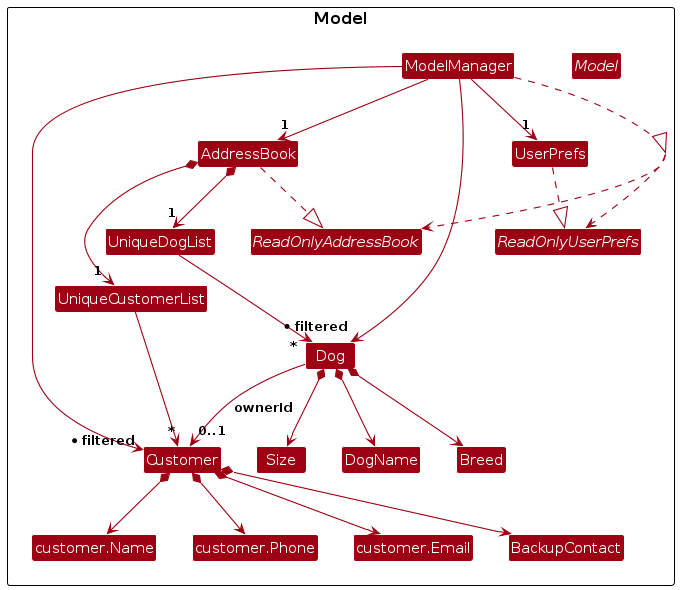
Before: diagrams/ModelClassDiagram.png, a diagram exported from PlantUML (AY2627S1-CS2103T-T15-4/tp). Its source is kept beside it as diagrams/ModelClassDiagram.puml. The source it was exported from:
```plantuml
@startuml
!include style.puml
skinparam arrowThickness 1.1
skinparam arrowColor MODEL_COLOR
skinparam classBackgroundColor MODEL_COLOR

package Model {
interface ReadOnlyAddressBook
interface ReadOnlyUserPrefs
interface Model
class ModelManager
class AddressBook
class UserPrefs
class UniqueCustomerList
class UniqueDogList
class Customer
class Dog
class "customer.Name" as CustomerName
class "customer.Phone" as CustomerPhone
class "customer.Email" as CustomerEmail
class BackupContact
class DogName
class Breed
class Size
}

ModelManager ..|> Model
ModelManager --> "1" AddressBook
ModelManager --> "1" UserPrefs
Model ..> ReadOnlyAddressBook
Model ..> ReadOnlyUserPrefs
AddressBook ..|> ReadOnlyAddressBook
UserPrefs ..|> ReadOnlyUserPrefs
AddressBook *--> "1" UniqueCustomerList
AddressBook *--> "1" UniqueDogList
UniqueCustomerList --> "*" Customer
UniqueDogList --> "*" Dog
Customer *--> CustomerName
Customer *--> CustomerPhone
Customer *--> CustomerEmail
Customer *--> BackupContact
Dog *--> DogName
Dog *--> Breed
Dog *--> Size
Dog --> "0..1" Customer : ownerId
ModelManager --> "* filtered" Customer
ModelManager --> "* filtered" Dog
@enduml
```
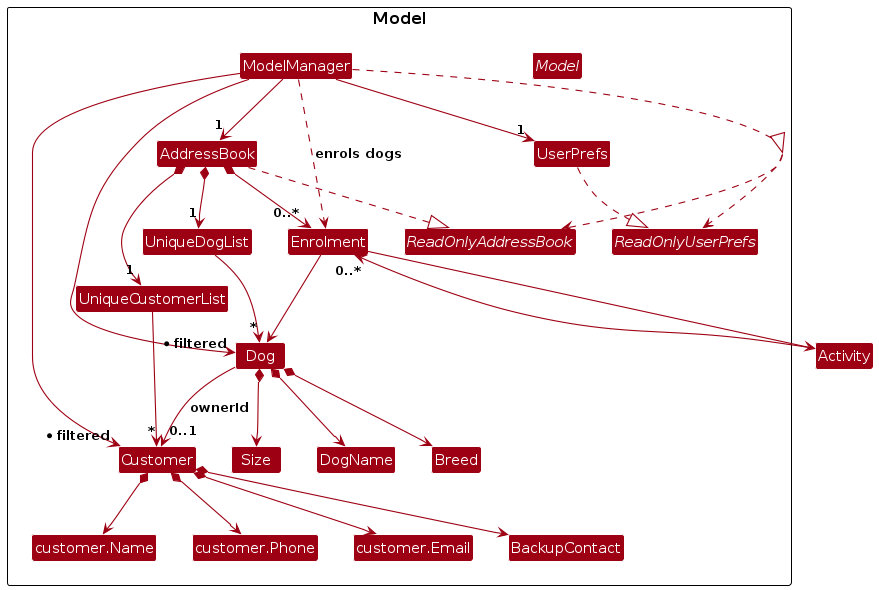
The same file after the commit.

Change to the diagram source:
```diff
@@ -13,6 +13,7 @@
 class UserPrefs
 class UniqueCustomerList
 class UniqueDogList
+class Enrolment
 class Customer
 class Dog
 class "customer.Name" as CustomerName
@@ -33,6 +34,7 @@
 UserPrefs ..|> ReadOnlyUserPrefs
 AddressBook *--> "1" UniqueCustomerList
 AddressBook *--> "1" UniqueDogList
+AddressBook *--> "0..*" Enrolment
 UniqueCustomerList --> "*" Customer
 UniqueDogList --> "*" Dog
 Customer *--> CustomerName
@@ -45,4 +47,8 @@
 Dog --> "0..1" Customer : ownerId
 ModelManager --> "* filtered" Customer
 ModelManager --> "* filtered" Dog
+ModelManager ..> Enrolment : enrols dogs
+Enrolment --> Activity
+Enrolment --> Dog
+Activity --> "0..*" Enrolment
 @enduml
```
